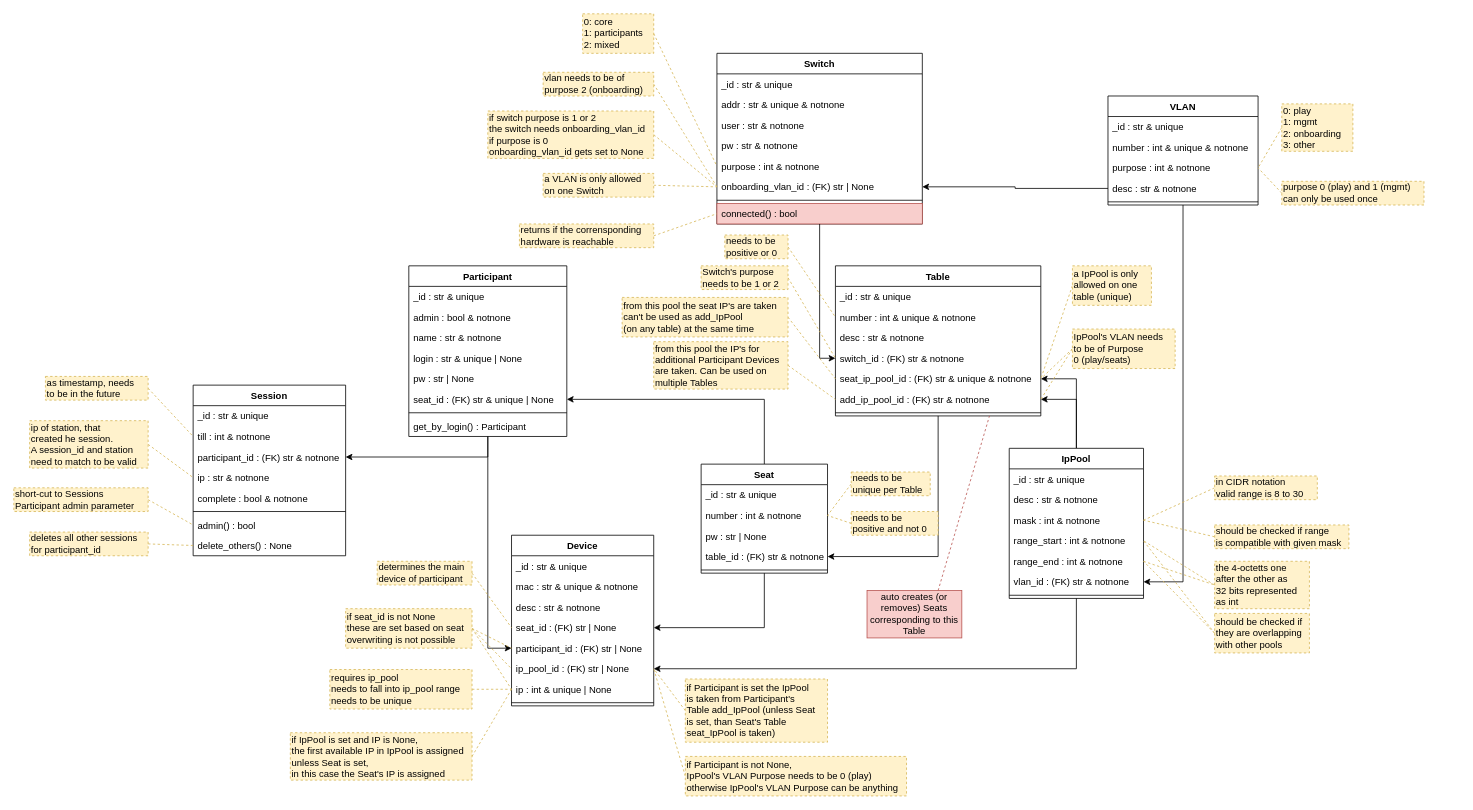
nils-ost/LanPartyOnboardingSystem keeps this draw.io diagram as docs/elements_classes.drawio. Above is the earlier version. Source tidied: cells renumbered, new cells numbered last; positions are measured from the earlier drawing's top-left corner, leaving out a move shared by most shapes. Both pictures are drawn from the tidied source at 79%, with x=0, y=0 at pixel (13, 13).
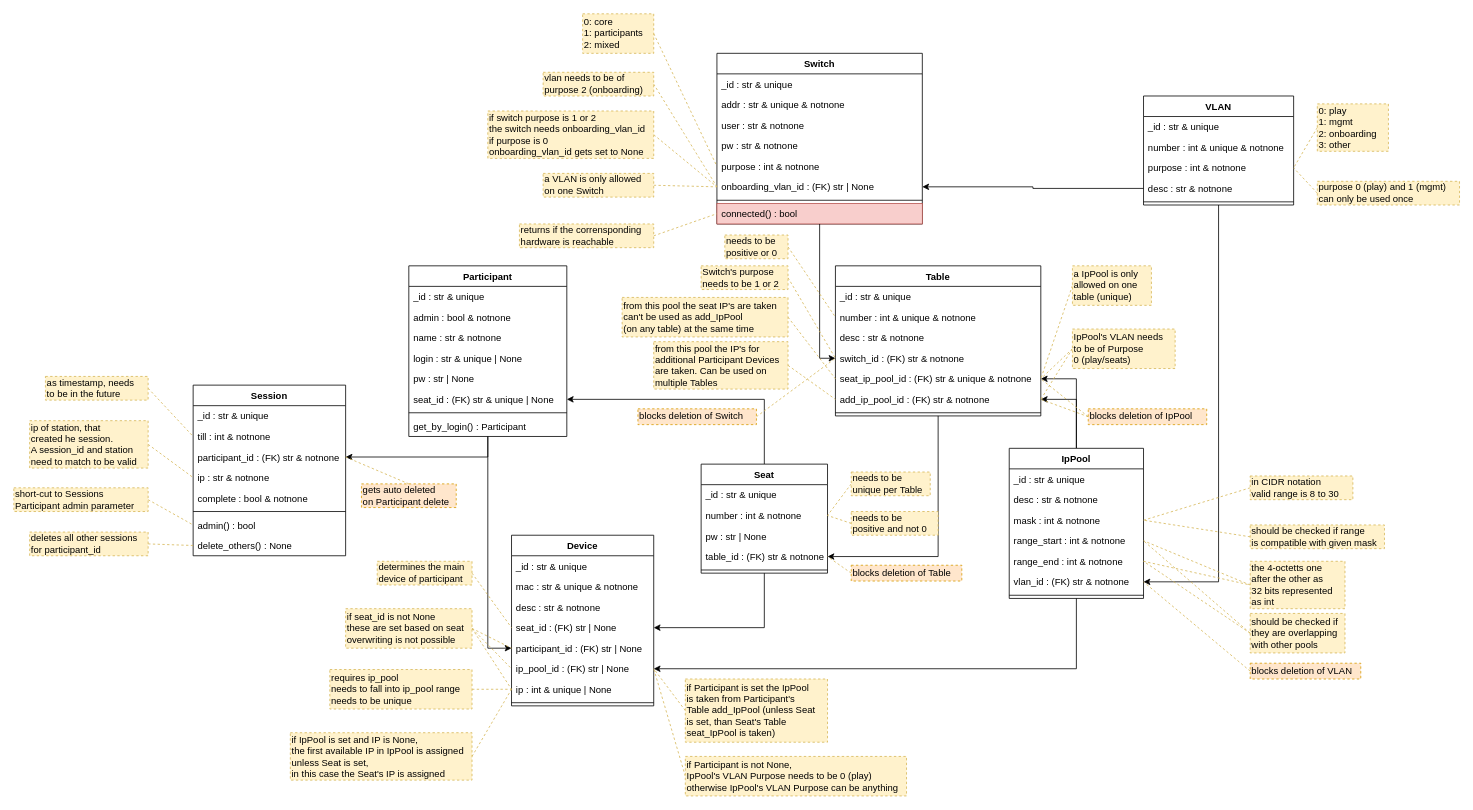
The same diagram, later.

Commit message (it also covers changes not shown here):
added all deletion dependencies and cleanups to elements

Unchanged cells that the change refers to:
```xml
<mxCell id="23" value="Table" style="swimlane;fontStyle=1;align=center;verticalAlign=top;horizontal=1;startSize=26;" parent="1" vertex="1">
  <mxGeometry x="1040" y="319" width="260" height="190" as="geometry" />
</mxCell>
<mxCell id="27" value="switch_id : (FK) str &amp; notnone" style="text;strokeColor=none;fillColor=none;align=left;verticalAlign=top;spacingLeft=4;spacingRight=4;overflow=hidden;points=[[0,0.5],[1,0.5]];portConstraint=eastwest;dashed=1;" parent="23" vertex="1">
  <mxGeometry y="104" width="260" height="26" as="geometry" />
</mxCell>
<mxCell id="28" value="seat_ip_pool_id : (FK) str &amp; unique &amp; notnone" style="text;strokeColor=none;fillColor=none;align=left;verticalAlign=top;spacingLeft=4;spacingRight=4;overflow=hidden;points=[[0,0.5],[1,0.5]];portConstraint=eastwest;dashed=1;" parent="23" vertex="1">
  <mxGeometry y="130" width="260" height="26" as="geometry" />
</mxCell>
<mxCell id="29" value="add_ip_pool_id : (FK) str &amp; notnone" style="text;align=left;verticalAlign=top;spacingLeft=4;spacingRight=4;overflow=hidden;points=[[0,0.5],[1,0.5]];portConstraint=eastwest;dashed=1;" parent="23" vertex="1">
  <mxGeometry y="156" width="260" height="26" as="geometry" />
</mxCell>
<mxCell id="40" value="vlan_id : (FK) str &amp; notnone" style="text;strokeColor=none;fillColor=none;align=left;verticalAlign=top;spacingLeft=4;spacingRight=4;overflow=hidden;points=[[0,0.5],[1,0.5]];portConstraint=eastwest;" parent="34" vertex="1">
  <mxGeometry y="156" width="170" height="26" as="geometry" />
</mxCell>
<mxCell id="50" value="table_id : (FK) str &amp; notnone" style="text;strokeColor=none;fillColor=none;align=left;verticalAlign=top;spacingLeft=4;spacingRight=4;overflow=hidden;points=[[0,0.5],[1,0.5]];portConstraint=eastwest;" parent="46" vertex="1">
  <mxGeometry y="104" width="160" height="26" as="geometry" />
</mxCell>
<mxCell id="81" value="participant_id : (FK) str &amp; notnone" style="text;strokeColor=none;fillColor=none;align=left;verticalAlign=top;spacingLeft=4;spacingRight=4;overflow=hidden;points=[[0,0.5],[1,0.5]];portConstraint=eastwest;" parent="78" vertex="1">
  <mxGeometry y="78" width="193" height="26" as="geometry" />
</mxCell>
```

Diff of the diagram source:
```diff
@@
     <mxCell id="3" value="VLAN" style="swimlane;fontStyle=1;align=center;verticalAlign=top;horizontal=1;startSize=26;" parent="1" vertex="1">
-      <mxGeometry x="1385" y="104" width="190" height="138" as="geometry" />
+      <mxGeometry x="1430" y="104" width="190" height="138" as="geometry" />
     </mxCell>
@@
     <mxCell id="21" value="0: play&lt;br&gt;1: mgmt&lt;br&gt;2: onboarding&lt;br&gt;3: other" style="rounded=0;whiteSpace=wrap;html=1;fillColor=#fff2cc;strokeColor=#d6b656;dashed=1;align=left;verticalAlign=middle;horizontal=1;labelPosition=center;verticalLabelPosition=middle;" parent="1" vertex="1">
-      <mxGeometry x="1605" y="114" width="90" height="60" as="geometry" />
+      <mxGeometry x="1650" y="114" width="90" height="60" as="geometry" />
     </mxCell>
@@
     <mxCell id="43" value="the 4-octetts one&lt;br&gt;after the other as&lt;br&gt;32 bits represented&lt;br&gt;as int" style="rounded=0;whiteSpace=wrap;html=1;fillColor=#fff2cc;strokeColor=#d6b656;dashed=1;align=left;verticalAlign=middle;horizontal=1;labelPosition=center;verticalLabelPosition=middle;" parent="1" vertex="1">
-      <mxGeometry x="1520" y="693" width="120" height="60" as="geometry" />
+      <mxGeometry x="1565" y="693" width="120" height="60" as="geometry" />
     </mxCell>
@@
     <mxCell id="75" value="purpose 0 (play) and 1 (mgmt)&lt;br&gt;can only be used once" style="rounded=0;whiteSpace=wrap;html=1;fillColor=#fff2cc;strokeColor=#d6b656;dashed=1;align=left;verticalAlign=middle;horizontal=1;labelPosition=center;verticalLabelPosition=middle;" parent="1" vertex="1">
-      <mxGeometry x="1605" y="212" width="180" height="30" as="geometry" />
+      <mxGeometry x="1650" y="212" width="180" height="30" as="geometry" />
     </mxCell>
@@
     <mxCell id="96" value="should be checked if&lt;br&gt;they are overlapping&lt;br&gt;with other pools" style="rounded=0;whiteSpace=wrap;html=1;fillColor=#fff2cc;strokeColor=#d6b656;dashed=1;align=left;verticalAlign=middle;horizontal=1;labelPosition=center;verticalLabelPosition=middle;" parent="1" vertex="1">
-      <mxGeometry x="1520" y="759" width="120" height="50" as="geometry" />
+      <mxGeometry x="1565" y="759" width="120" height="50" as="geometry" />
     </mxCell>
@@
     <mxCell id="107" value="in CIDR notation&lt;br&gt;valid range is 8 to 30" style="rounded=0;whiteSpace=wrap;html=1;fillColor=#fff2cc;strokeColor=#d6b656;dashed=1;align=left;verticalAlign=middle;horizontal=1;labelPosition=center;verticalLabelPosition=middle;" parent="1" vertex="1">
-      <mxGeometry x="1520" y="585" width="130" height="30" as="geometry" />
+      <mxGeometry x="1565" y="585" width="130" height="30" as="geometry" />
     </mxCell>
@@
     <mxCell id="109" value="should be checked if range&lt;br&gt;is compatible with given mask" style="rounded=0;whiteSpace=wrap;html=1;fillColor=#fff2cc;strokeColor=#d6b656;dashed=1;align=left;verticalAlign=middle;horizontal=1;labelPosition=center;verticalLabelPosition=middle;" parent="1" vertex="1">
-      <mxGeometry x="1520" y="647" width="170" height="30" as="geometry" />
+      <mxGeometry x="1565" y="647" width="170" height="30" as="geometry" />
     </mxCell>
@@
-    <mxCell id="136" style="rounded=0;jettySize=auto;html=1;exitX=0.75;exitY=0;exitDx=0;exitDy=0;endArrow=none;endFill=0;dashed=1;fillColor=#f8cecc;strokeColor=#b85450;entryX=0.75;entryY=1;entryDx=0;entryDy=0;" parent="1" edge="1" source="137" target="23">
-      <mxGeometry relative="1" as="geometry" />
-    </mxCell>
-    <mxCell id="137" value="auto creates (or removes) Seats corresponding to this Table" style="rounded=0;whiteSpace=wrap;html=1;fillColor=#f8cecc;strokeColor=#b85450;" parent="1" vertex="1">
-      <mxGeometry x="1080" y="730" width="120" height="60" as="geometry" />
-    </mxCell>
@@
+    <mxCell id="142" style="rounded=0;jettySize=auto;html=1;exitX=0;exitY=0.5;exitDx=0;exitDy=0;endArrow=none;endFill=0;dashed=1;fillColor=#fff2cc;strokeColor=#d6b656;entryX=1;entryY=0.5;entryDx=0;entryDy=0;" parent="1" edge="1" source="143" target="40">
+      <mxGeometry relative="1" as="geometry" />
+    </mxCell>
+    <mxCell id="143" value="blocks deletion of VLAN" style="rounded=0;whiteSpace=wrap;html=1;fillColor=#ffe6cc;strokeColor=#d79b00;dashed=1;align=left;verticalAlign=middle;horizontal=1;labelPosition=center;verticalLabelPosition=middle;" parent="1" vertex="1">
+      <mxGeometry x="1565" y="822" width="140" height="20" as="geometry" />
+    </mxCell>
+    <mxCell id="144" style="edgeStyle=none;rounded=0;jettySize=auto;html=1;exitX=1;exitY=0.5;exitDx=0;exitDy=0;entryX=0;entryY=0.5;entryDx=0;entryDy=0;dashed=1;endArrow=none;endFill=0;fillColor=#fff2cc;strokeColor=#d6b656;" parent="1" edge="1" source="145" target="27">
+      <mxGeometry relative="1" as="geometry" />
+    </mxCell>
+    <mxCell id="145" value="blocks deletion of Switch" style="rounded=0;whiteSpace=wrap;html=1;fillColor=#ffe6cc;strokeColor=#d79b00;dashed=1;align=left;verticalAlign=middle;horizontal=1;labelPosition=center;verticalLabelPosition=middle;" parent="1" vertex="1">
+      <mxGeometry x="790" y="500" width="150" height="20" as="geometry" />
+    </mxCell>
+    <mxCell id="146" style="edgeStyle=none;rounded=0;jettySize=auto;html=1;exitX=0;exitY=0.5;exitDx=0;exitDy=0;dashed=1;endArrow=none;endFill=0;fillColor=#fff2cc;strokeColor=#d6b656;entryX=1;entryY=0.5;entryDx=0;entryDy=0;" parent="1" edge="1" source="147" target="50">
+      <mxGeometry relative="1" as="geometry" />
+    </mxCell>
+    <mxCell id="147" value="blocks deletion of Table" style="rounded=0;whiteSpace=wrap;html=1;fillColor=#ffe6cc;strokeColor=#d79b00;dashed=1;align=left;verticalAlign=middle;horizontal=1;labelPosition=center;verticalLabelPosition=middle;" parent="1" vertex="1">
+      <mxGeometry x="1060" y="698" width="140" height="20" as="geometry" />
+    </mxCell>
+    <mxCell id="148" style="edgeStyle=none;rounded=0;jettySize=auto;html=1;exitX=0.5;exitY=0;exitDx=0;exitDy=0;dashed=1;endArrow=none;endFill=0;fillColor=#fff2cc;strokeColor=#d6b656;entryX=1;entryY=0.5;entryDx=0;entryDy=0;" parent="1" edge="1" source="149" target="81">
+      <mxGeometry relative="1" as="geometry" />
+    </mxCell>
+    <mxCell id="149" value="gets auto deleted&lt;br&gt;on Participant delete" style="rounded=0;whiteSpace=wrap;html=1;fillColor=#ffe6cc;strokeColor=#d79b00;dashed=1;align=left;verticalAlign=middle;horizontal=1;labelPosition=center;verticalLabelPosition=middle;" parent="1" vertex="1">
+      <mxGeometry x="440" y="595" width="120" height="30" as="geometry" />
+    </mxCell>
+    <mxCell id="150" style="edgeStyle=none;rounded=0;jettySize=auto;html=1;exitX=0;exitY=0.5;exitDx=0;exitDy=0;entryX=1;entryY=0.5;entryDx=0;entryDy=0;dashed=1;endArrow=none;endFill=0;fillColor=#fff2cc;strokeColor=#d6b656;" parent="1" edge="1" source="152" target="29">
+      <mxGeometry relative="1" as="geometry" />
+    </mxCell>
+    <mxCell id="151" style="edgeStyle=none;rounded=0;jettySize=auto;html=1;exitX=0;exitY=0.5;exitDx=0;exitDy=0;entryX=1;entryY=0.5;entryDx=0;entryDy=0;dashed=1;endArrow=none;endFill=0;fillColor=#fff2cc;strokeColor=#d6b656;" parent="1" edge="1" source="152" target="28">
+      <mxGeometry relative="1" as="geometry" />
+    </mxCell>
+    <mxCell id="152" value="blocks deletion of IpPool" style="rounded=0;whiteSpace=wrap;html=1;fillColor=#ffe6cc;strokeColor=#d79b00;dashed=1;align=left;verticalAlign=middle;horizontal=1;labelPosition=center;verticalLabelPosition=middle;" parent="1" vertex="1">
+      <mxGeometry x="1360" y="500" width="150" height="20" as="geometry" />
+    </mxCell>
```
